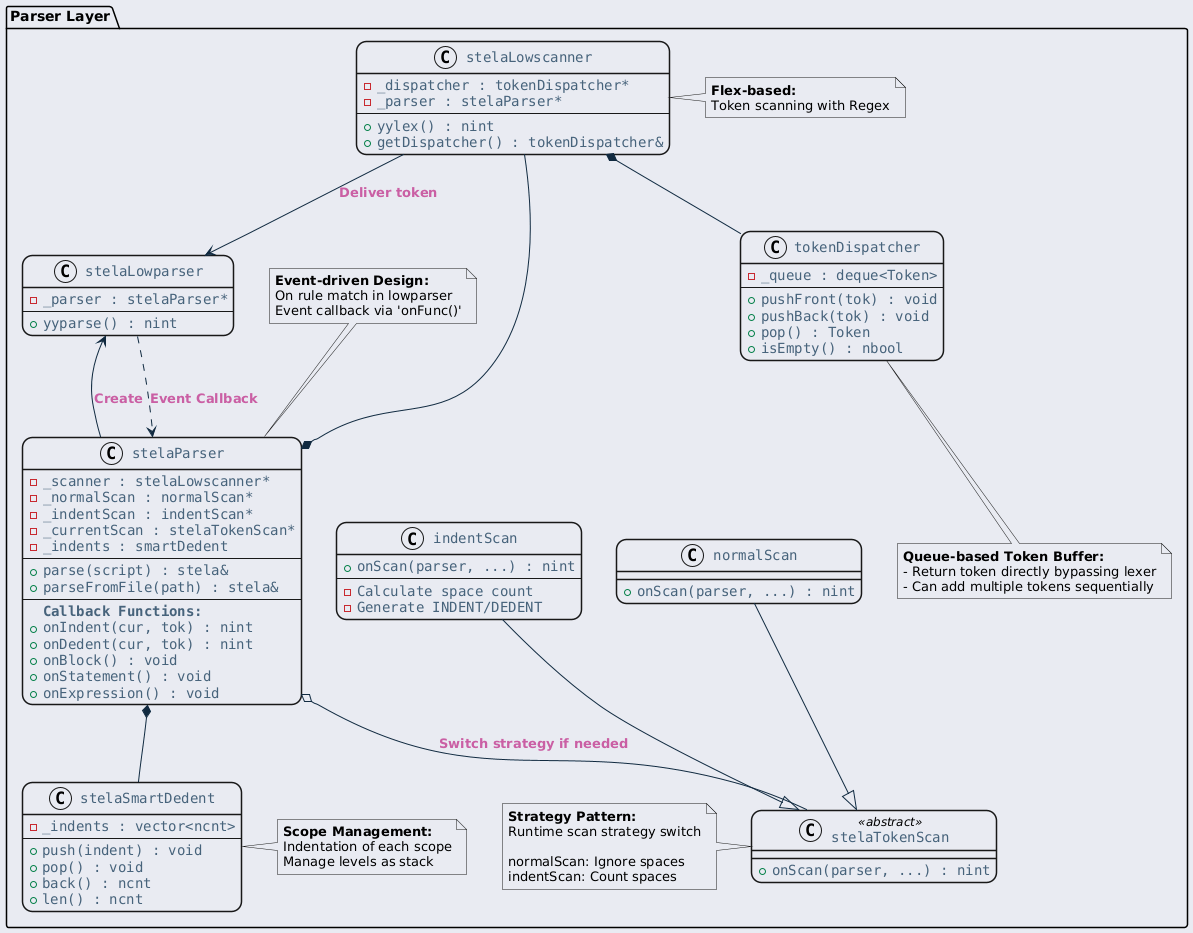
Above: ref/generated/ko/inline_umlgraph_16.png in byeolang/website (PlantUML), before the change.
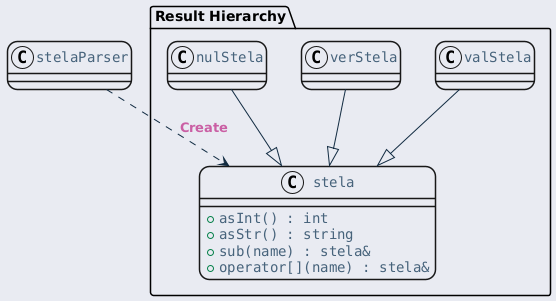
Later version of the same file.

Diff of the diagram source:
```diff
@@ -23,113 +23,22 @@
     }
 }
 </style>
-package "Parser Layer" {
-    class "stelaParser" as stelaParser {
-        - _scanner : stelaLowscanner*
-        - _normalScan : normalScan*
-        - _indentScan : indentScan*
-        - _currentScan : stelaTokenScan*
-        - _indents : smartDedent
-        ---
-        + parse(script) : stela&
-        + parseFromFile(path) : stela&
-        ---
-        <b>Callback Functions:</b>
-        + onIndent(cur, tok) : nint
-        + onDedent(cur, tok) : nint
-        + onBlock() : void
-        + onStatement() : void
-        + onExpression() : void
+package "Result Hierarchy" {
+    class "stela" as stela {
+        + asInt() : int
+        + asStr() : string
+        + sub(name) : stela&
+        + operator[](name) : stela&
     }
 
-    class "stelaLowscanner" as scanner {
-        - _dispatcher : tokenDispatcher*
-        - _parser : stelaParser*
-        ---
-        + yylex() : nint
-        + getDispatcher() : tokenDispatcher&
-    }
-
-    class "stelaLowparser" as parser {
-        - _parser : stelaParser*
-        ---
-        + yyparse() : nint
-    }
-
-    class "tokenDispatcher" as dispatcher {
-        - _queue : deque<Token>
-        ---
-        + pushFront(tok) : void
-        + pushBack(tok) : void
-        + pop() : Token
-        + isEmpty() : nbool
-    }
-
-    class "stelaTokenScan" as tokenScan <<abstract>> {
-        + onScan(parser, ...) : nint
-    }
-
-    class "normalScan" as normalScan {
-        + onScan(parser, ...) : nint
-    }
-
-    class "indentScan" as indentScan {
-        + onScan(parser, ...) : nint
-        ---
-        - Calculate space count
-        - Generate INDENT/DEDENT
-    }
-
-    class "stelaSmartDedent" as smartDedent {
-        - _indents : vector<ncnt>
-        ---
-        + push(indent) : void
-        + pop() : void
-        + back() : ncnt
-        + len() : ncnt
-    }
-
-    note top of stelaParser
-      <b>Event-driven Design:</b>
-      On rule match in lowparser
-      Event callback via 'onFunc()'
-    end note
-
-    note right of scanner
-      <b>Flex-based:</b>
-      Token scanning with Regex
-    end note
-
-    note bottom of dispatcher
-      <b>Queue-based Token Buffer:</b>
-      - Return token directly bypassing lexer
-      - Can add multiple tokens sequentially
-    end note
-
-    note left of tokenScan
-      <b>Strategy Pattern:</b>
-      Runtime scan strategy switch
-
-      normalScan: Ignore spaces
-      indentScan: Count spaces
-    end note
-
-    note right of smartDedent
-      <b>Scope Management:</b>
-      Indentation of each scope
-      Manage levels as stack
-    end note
+    class "valStela" as valStela
+    class "verStela" as verStela
+    class "nulStela" as nulStela
 }
 
-stelaParser *-- scanner
-stelaParser *-- smartDedent
-stelaParser --> parser : Create
-stelaParser o-- tokenScan : Switch strategy if needed
-scanner *-- dispatcher
-scanner --> parser : Deliver token
+stelaParser ..> stela : Create
 
-normalScan --|> tokenScan
-indentScan --|> tokenScan
-
-parser ..> stelaParser : Event Callback
+valStela --|> stela
+verStela --|> stela
+nulStela --|> stela
 @enduml
```
